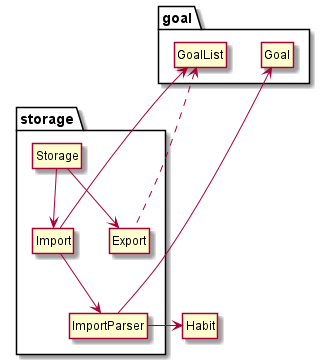
nus-cs2113-AY2122S1/tp keeps this PlantUML diagram as docs/Diagram Images/StorageClassDiagram.png. Above is the earlier version.
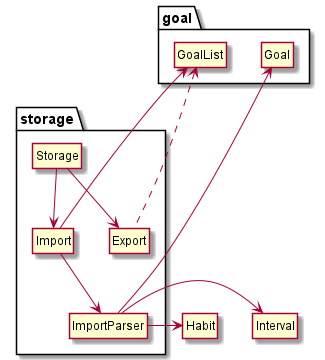
Later version of the same file.

Commit message:
import sequence diagram and DG

The edit, as a diff of the source:
```diff
@@ -16,6 +16,10 @@
 
 ImportParser -> Habit
 
+class Interval
+
+ImportParser -> Interval
+
 package "goal" {
 class Goal
 class GoalList
```
